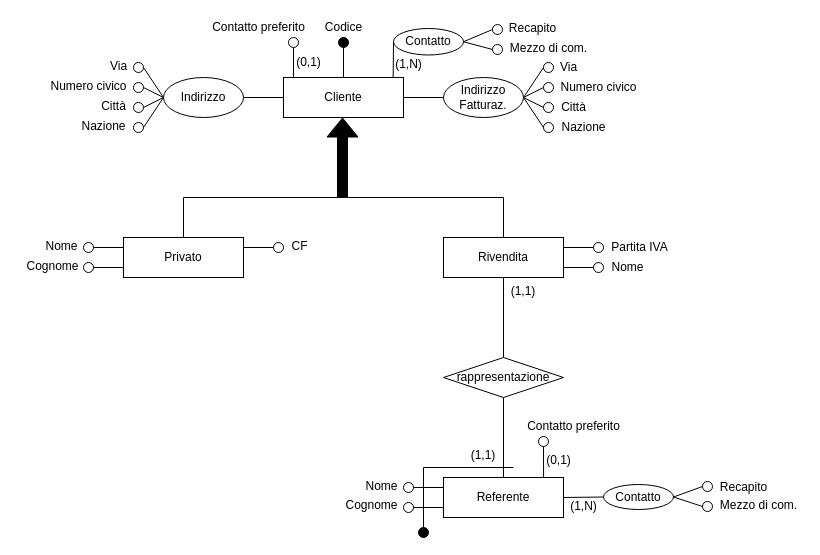
nic-agos/Verde-S.R.L keeps this draw.io diagram as ER-diagrams/ER-Cliente-bis.drawio. Above is the earlier version. Source tidied: cells renumbered, new cells numbered last; positions are measured from the earlier drawing's top-left corner, leaving out a move shared by most shapes. Both pictures are drawn from the tidied source at 100%, with x=0, y=0 at pixel (17, 17).
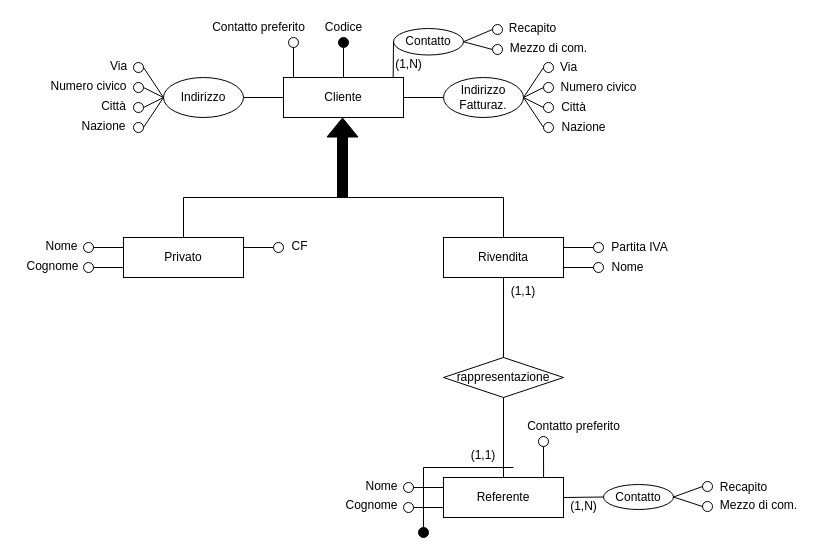
The same page after the edit.

The edit, as a diff of the source:
```diff
@@
-    <mxCell id="83" value="(0,1)" style="text;html=1;align=center;verticalAlign=middle;strokeColor=none;fillColor=none;" parent="1" vertex="1">
-      <mxGeometry x="521" y="433" width="40" height="20" as="geometry" />
-    </mxCell>
-    <mxCell id="84" value="(0,1)" style="text;html=1;align=center;verticalAlign=middle;strokeColor=none;fillColor=none;" parent="1" vertex="1">
-      <mxGeometry x="271" y="35" width="40" height="20" as="geometry" />
-    </mxCell>
```
